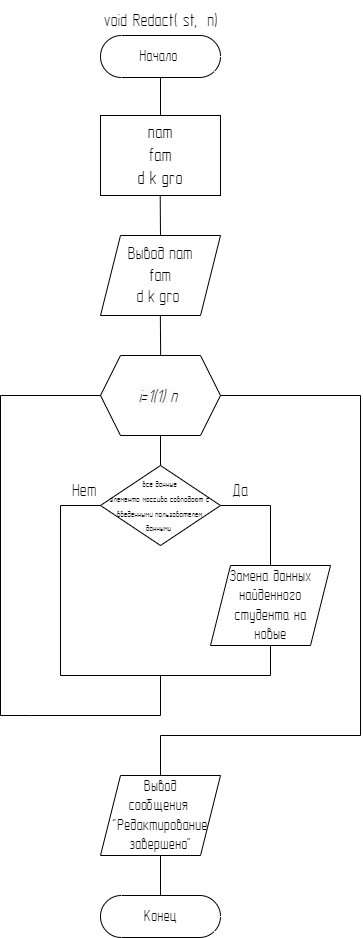
The draw.io diagram Practika.png in KirillBaboshko/Practika, before a commit. Source tidied: cells renumbered, new cells last; positions are measured from the earlier drawing's top-left corner, leaving out a move shared by most shapes.
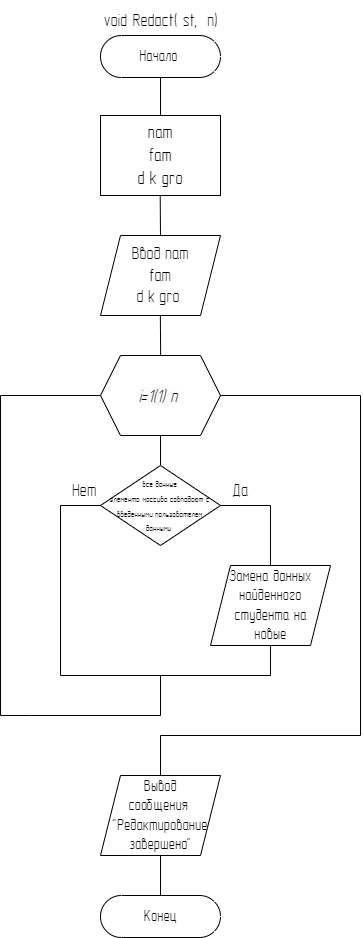
Later version of the same file.

The edit, as a diff of the source:
```diff
@@ -106,7 +106,7 @@
     <mxCell id="22" value="&lt;font style=&quot;font-size: 16px;&quot;&gt;Вывод &lt;br&gt;&lt;span style=&quot;&quot;&gt;сообщения&amp;nbsp;&lt;/span&gt;&lt;br&gt;&lt;span style=&quot;&quot;&gt;&quot;Редактирование завершено&quot;&lt;/span&gt;&lt;br&gt;&lt;/font&gt;" style="shape=parallelogram;perimeter=parallelogramPerimeter;whiteSpace=wrap;html=1;fixedSize=1;fontFamily=GOST Type A;" parent="1" vertex="1">
       <mxGeometry x="100" y="775" width="120" height="80" as="geometry" />
     </mxCell>
-    <mxCell id="23" value="&lt;font style=&quot;font-size: 18px;&quot;&gt;&lt;font style=&quot;font-size: 18px;&quot;&gt;Вывод&amp;nbsp;&lt;/font&gt;nam&lt;/font&gt;&lt;div style=&quot;border-color: var(--border-color); font-size: 18px;&quot;&gt;&lt;span style=&quot;border-color: var(--border-color); background-color: initial;&quot;&gt;&lt;font style=&quot;font-size: 18px;&quot;&gt;fam&lt;/font&gt;&lt;/span&gt;&lt;/div&gt;&lt;font style=&quot;font-size: 18px;&quot;&gt;&lt;span style=&quot;background-color: initial; border-color: var(--border-color);&quot;&gt;d&amp;nbsp;&lt;/span&gt;&lt;span style=&quot;background-color: initial; border-color: var(--border-color);&quot;&gt;k&amp;nbsp;&lt;/span&gt;&lt;span style=&quot;background-color: initial; border-color: var(--border-color);&quot;&gt;gro&lt;/span&gt;&lt;font style=&quot;font-size: 18px;&quot;&gt;&amp;nbsp;&lt;/font&gt;&lt;/font&gt;" style="shape=parallelogram;perimeter=parallelogramPerimeter;whiteSpace=wrap;html=1;fixedSize=1;fontFamily=GOST Type A;" parent="1" vertex="1">
+    <mxCell id="23" value="&lt;font style=&quot;font-size: 18px;&quot;&gt;&lt;font style=&quot;font-size: 18px;&quot;&gt;Ввод&amp;nbsp;&lt;/font&gt;nam&lt;/font&gt;&lt;div style=&quot;border-color: var(--border-color); font-size: 18px;&quot;&gt;&lt;span style=&quot;border-color: var(--border-color); background-color: initial;&quot;&gt;&lt;font style=&quot;font-size: 18px;&quot;&gt;fam&lt;/font&gt;&lt;/span&gt;&lt;/div&gt;&lt;font style=&quot;font-size: 18px;&quot;&gt;&lt;span style=&quot;background-color: initial; border-color: var(--border-color);&quot;&gt;d&amp;nbsp;&lt;/span&gt;&lt;span style=&quot;background-color: initial; border-color: var(--border-color);&quot;&gt;k&amp;nbsp;&lt;/span&gt;&lt;span style=&quot;background-color: initial; border-color: var(--border-color);&quot;&gt;gro&lt;/span&gt;&lt;font style=&quot;font-size: 18px;&quot;&gt;&amp;nbsp;&lt;/font&gt;&lt;/font&gt;" style="shape=parallelogram;perimeter=parallelogramPerimeter;whiteSpace=wrap;html=1;fixedSize=1;fontFamily=GOST Type A;" parent="1" vertex="1">
       <mxGeometry x="100" y="235" width="120" height="80" as="geometry" />
     </mxCell>
     <mxCell id="24" style="endArrow=none;html=1;rounded=0;entryX=0.5;entryY=0.5;entryDx=0;entryDy=21;entryPerimeter=0;" parent="1" edge="1">
```
